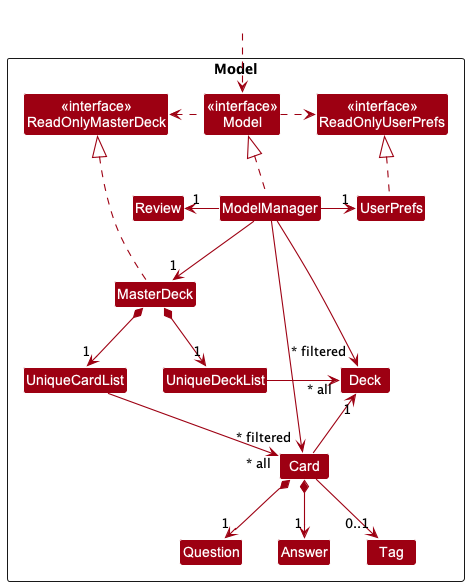
Before: docs/images/ModelClassDiagram.png, a diagram exported from PlantUML (nus-cs2103-AY2223S2/tp).
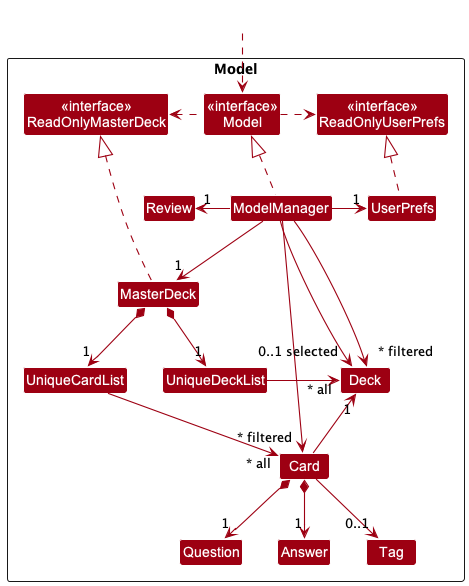
Above is the later version.

The edit, as a diff of the source:
```diff
@@ -47,5 +47,7 @@
 
 
 ModelManager --->"~* filtered" Card
+ModelManager --> "0..1 selected" Deck
 ModelManager -->"~* filtered" Deck
+
 @enduml
```
